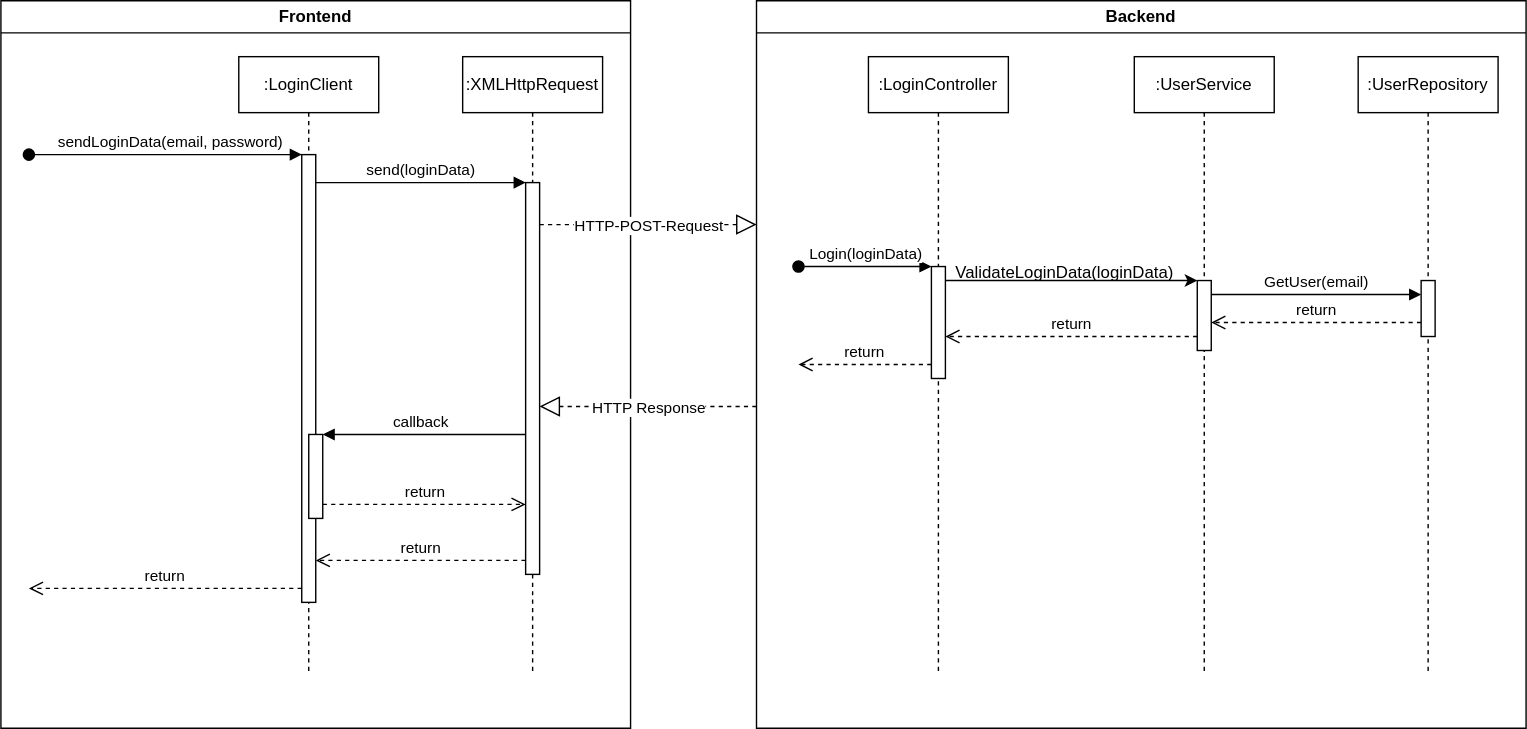
Earlier version of the draw.io export Project_Doc/Diagrams/login-sequence-diagram.drawio.svg (SE-TINF22B6/CookHub). Source tidied: cells renumbered, new cells last; positions are measured from the earlier drawing's top-left corner, leaving out a move shared by most shapes.
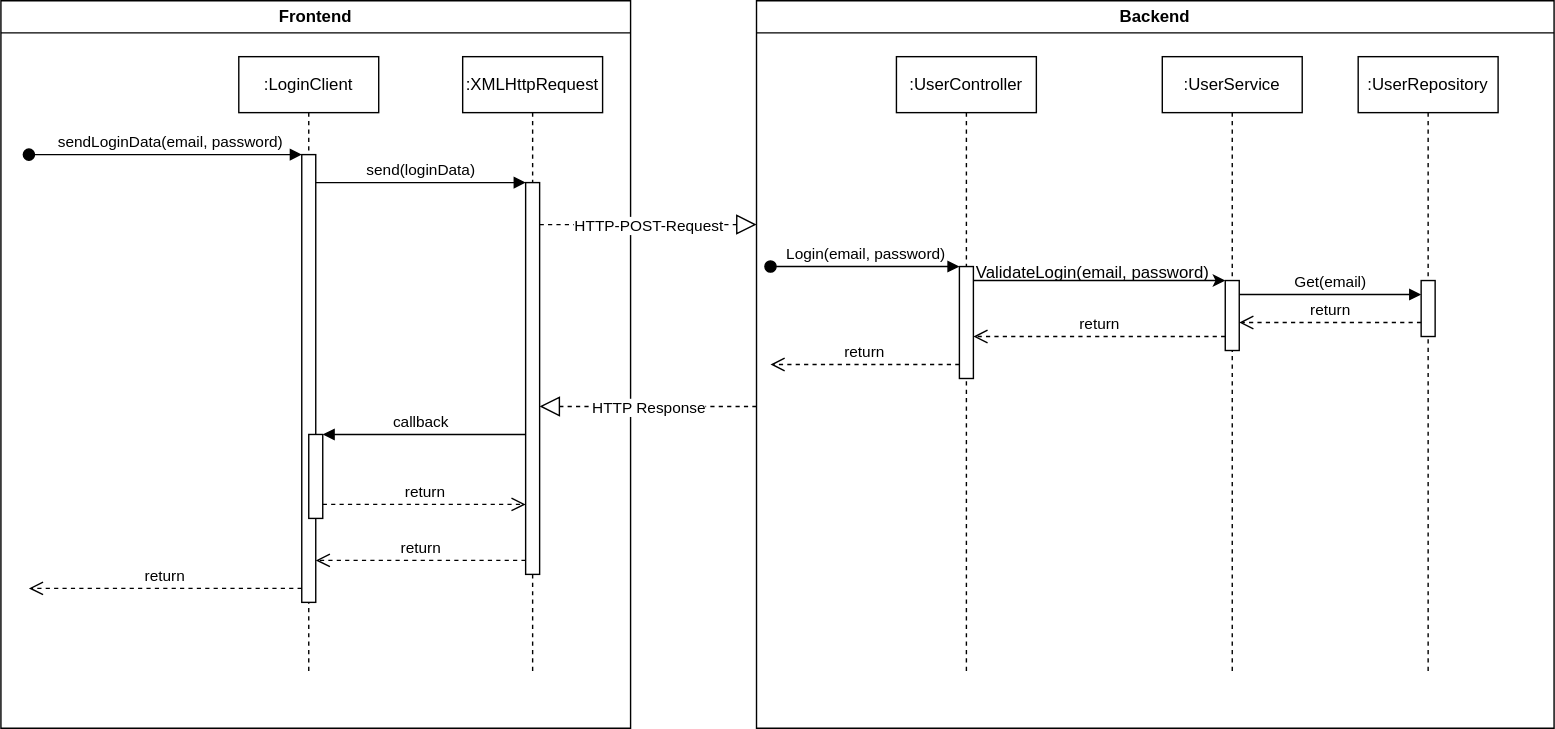
The same file after the commit.

Commit message:
fix mismatches between sequence diagrams and uml class diagram

What changed in the source:
```diff
@@ -65,36 +65,36 @@
         </Array>
       </mxGeometry>
     </mxCell>
-    <mxCell id="13" value=":LoginController" style="shape=umlLifeline;perimeter=lifelinePerimeter;whiteSpace=wrap;html=1;newEdgeStyle={&quot;edgeStyle&quot;:&quot;elbowEdgeStyle&quot;,&quot;elbow&quot;:&quot;vertical&quot;,&quot;curved&quot;:0,&quot;rounded&quot;:0};" parent="1" vertex="1">
-      <mxGeometry x="620" y="40" width="100" height="440" as="geometry" />
+    <mxCell id="13" value=":UserController" style="shape=umlLifeline;perimeter=lifelinePerimeter;whiteSpace=wrap;html=1;newEdgeStyle={&quot;edgeStyle&quot;:&quot;elbowEdgeStyle&quot;,&quot;elbow&quot;:&quot;vertical&quot;,&quot;curved&quot;:0,&quot;rounded&quot;:0};" parent="1" vertex="1">
+      <mxGeometry x="640" y="40" width="100" height="440" as="geometry" />
     </mxCell>
     <mxCell id="14" style="html=1;points=[];perimeter=orthogonalPerimeter;outlineConnect=0;targetShapes=umlLifeline;portConstraint=eastwest;newEdgeStyle={&quot;edgeStyle&quot;:&quot;elbowEdgeStyle&quot;,&quot;elbow&quot;:&quot;vertical&quot;,&quot;curved&quot;:0,&quot;rounded&quot;:0};" parent="13" vertex="1">
       <mxGeometry x="45" y="150" width="10" height="80" as="geometry" />
     </mxCell>
-    <mxCell id="15" value="Login(loginData)" style="html=1;verticalAlign=bottom;startArrow=oval;endArrow=block;startSize=8;edgeStyle=elbowEdgeStyle;elbow=vertical;curved=0;rounded=0;" parent="1" edge="1" target="14">
+    <mxCell id="15" value="Login(email, password)" style="html=1;verticalAlign=bottom;startArrow=oval;endArrow=block;startSize=8;edgeStyle=elbowEdgeStyle;elbow=vertical;curved=0;rounded=0;" parent="1" edge="1" target="14">
       <mxGeometry relative="1" as="geometry">
-        <mxPoint x="570" y="190" as="sourcePoint" />
+        <mxPoint x="550" y="190" as="sourcePoint" />
       </mxGeometry>
     </mxCell>
     <mxCell id="16" value=":UserService" style="shape=umlLifeline;perimeter=lifelinePerimeter;whiteSpace=wrap;html=1;newEdgeStyle={&quot;edgeStyle&quot;:&quot;elbowEdgeStyle&quot;,&quot;elbow&quot;:&quot;vertical&quot;,&quot;curved&quot;:0,&quot;rounded&quot;:0};" parent="1" vertex="1">
-      <mxGeometry x="810" y="40" width="100" height="440" as="geometry" />
+      <mxGeometry x="830" y="40" width="100" height="440" as="geometry" />
     </mxCell>
     <mxCell id="17" style="html=1;points=[];perimeter=orthogonalPerimeter;outlineConnect=0;targetShapes=umlLifeline;portConstraint=eastwest;newEdgeStyle={&quot;edgeStyle&quot;:&quot;elbowEdgeStyle&quot;,&quot;elbow&quot;:&quot;vertical&quot;,&quot;curved&quot;:0,&quot;rounded&quot;:0};" parent="16" vertex="1">
       <mxGeometry x="45" y="160" width="10" height="50" as="geometry" />
     </mxCell>
     <mxCell id="18" style="endArrow=classic;html=1;rounded=0;" parent="1" edge="1" target="17">
       <mxGeometry relative="1" as="geometry">
-        <mxPoint x="675" y="200" as="sourcePoint" />
+        <mxPoint x="695" y="200" as="sourcePoint" />
       </mxGeometry>
     </mxCell>
-    <mxCell id="19" value="ValidateLoginData(loginData)" style="text;html=1;align=center;verticalAlign=middle;strokeColor=none;fillColor=none;" parent="1" vertex="1">
-      <mxGeometry x="670" y="180" width="180" height="30" as="geometry" />
+    <mxCell id="19" value="ValidateLogin(email, password)" style="text;html=1;align=center;verticalAlign=middle;strokeColor=none;fillColor=none;" parent="1" vertex="1">
+      <mxGeometry x="685" y="180" width="190" height="30" as="geometry" />
     </mxCell>
     <mxCell id="20" value="return" style="html=1;verticalAlign=bottom;endArrow=open;dashed=1;endSize=8;edgeStyle=elbowEdgeStyle;elbow=vertical;curved=0;rounded=0;" parent="1" edge="1" source="14">
       <mxGeometry relative="1" as="geometry">
-        <mxPoint x="570" y="260" as="targetPoint" />
+        <mxPoint x="550" y="260" as="targetPoint" />
         <Array as="points">
-          <mxPoint x="580" y="260" />
+          <mxPoint x="600" y="260" />
         </Array>
       </mxGeometry>
     </mxCell>
@@ -111,7 +111,7 @@
       <mxGeometry relative="1" as="geometry" />
     </mxCell>
     <mxCell id="24" value="Backend" style="swimlane;whiteSpace=wrap;html=1;" parent="1" vertex="1">
-      <mxGeometry x="540" width="550" height="520" as="geometry" />
+      <mxGeometry x="540" width="570" height="520" as="geometry" />
     </mxCell>
     <mxCell id="25" value=":UserRepository" style="shape=umlLifeline;perimeter=lifelinePerimeter;whiteSpace=wrap;html=1;newEdgeStyle={&quot;edgeStyle&quot;:&quot;elbowEdgeStyle&quot;,&quot;elbow&quot;:&quot;vertical&quot;,&quot;curved&quot;:0,&quot;rounded&quot;:0};" parent="24" vertex="1">
       <mxGeometry x="430" y="40" width="100" height="440" as="geometry" />
@@ -119,28 +119,18 @@
     <mxCell id="26" style="html=1;points=[];perimeter=orthogonalPerimeter;outlineConnect=0;targetShapes=umlLifeline;portConstraint=eastwest;newEdgeStyle={&quot;edgeStyle&quot;:&quot;elbowEdgeStyle&quot;,&quot;elbow&quot;:&quot;vertical&quot;,&quot;curved&quot;:0,&quot;rounded&quot;:0};" parent="25" vertex="1">
       <mxGeometry x="45" y="160" width="10" height="40" as="geometry" />
     </mxCell>
-    <mxCell id="27" value="GetUser(email)" style="html=1;verticalAlign=bottom;endArrow=block;edgeStyle=elbowEdgeStyle;elbow=vertical;curved=0;rounded=0;" parent="24" edge="1">
+    <mxCell id="27" value="Get(email)" style="html=1;verticalAlign=bottom;endArrow=block;edgeStyle=elbowEdgeStyle;elbow=vertical;curved=0;rounded=0;" parent="24" edge="1" source="17">
       <mxGeometry relative="1" as="geometry">
-        <mxPoint x="325" y="210" as="sourcePoint" />
         <mxPoint x="475" y="210" as="targetPoint" />
         <Array as="points">
           <mxPoint x="395" y="210" />
         </Array>
       </mxGeometry>
     </mxCell>
-    <mxCell id="28" value="return" style="html=1;verticalAlign=bottom;endArrow=open;dashed=1;endSize=8;edgeStyle=elbowEdgeStyle;elbow=vertical;curved=0;rounded=0;" parent="24" edge="1">
-      <mxGeometry relative="1" as="geometry">
-        <mxPoint x="315" y="240" as="sourcePoint" />
-        <mxPoint x="135" y="240" as="targetPoint" />
-        <Array as="points">
-          <mxPoint x="235" y="240" />
-        </Array>
-      </mxGeometry>
-    </mxCell>
     <mxCell id="29" value="return" style="html=1;verticalAlign=bottom;endArrow=open;dashed=1;endSize=8;edgeStyle=elbowEdgeStyle;elbow=vertical;curved=0;rounded=0;" parent="1" edge="1" source="26" target="17">
       <mxGeometry relative="1" as="geometry">
         <Array as="points">
-          <mxPoint x="930" y="230" />
+          <mxPoint x="950" y="230" />
         </Array>
       </mxGeometry>
     </mxCell>
@@ -153,5 +143,12 @@
     <mxCell id="31" value="HTTP Response" style="edgeLabel;html=1;align=center;verticalAlign=middle;" parent="30" vertex="1">
       <mxGeometry x="0.01" relative="1" as="geometry" />
     </mxCell>
+    <mxCell id="28" value="return" style="html=1;verticalAlign=bottom;endArrow=open;dashed=1;endSize=8;edgeStyle=elbowEdgeStyle;elbow=vertical;curved=0;rounded=0;" parent="1" edge="1" source="17" target="14">
+      <mxGeometry relative="1" as="geometry">
+        <Array as="points">
+          <mxPoint x="775" y="240" />
+        </Array>
+      </mxGeometry>
+    </mxCell>
   </root>
 </mxGraphModel>
```
